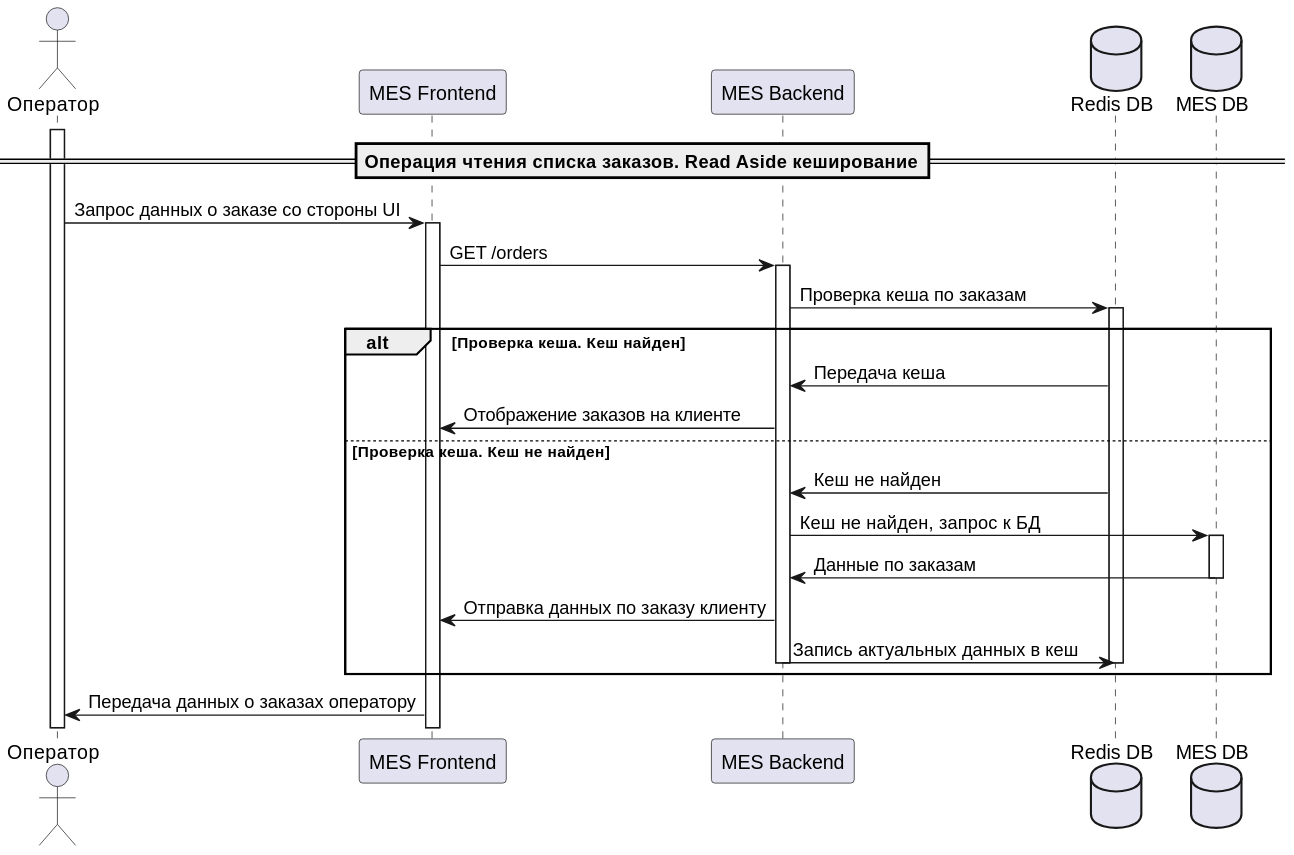
Before: out/5. Caching/Sequence_cache_scheme_get_orders/Sequence_cache_scheme_get_orders.svg, a diagram exported from PlantUML (bofeof/architecture-alexandrite).
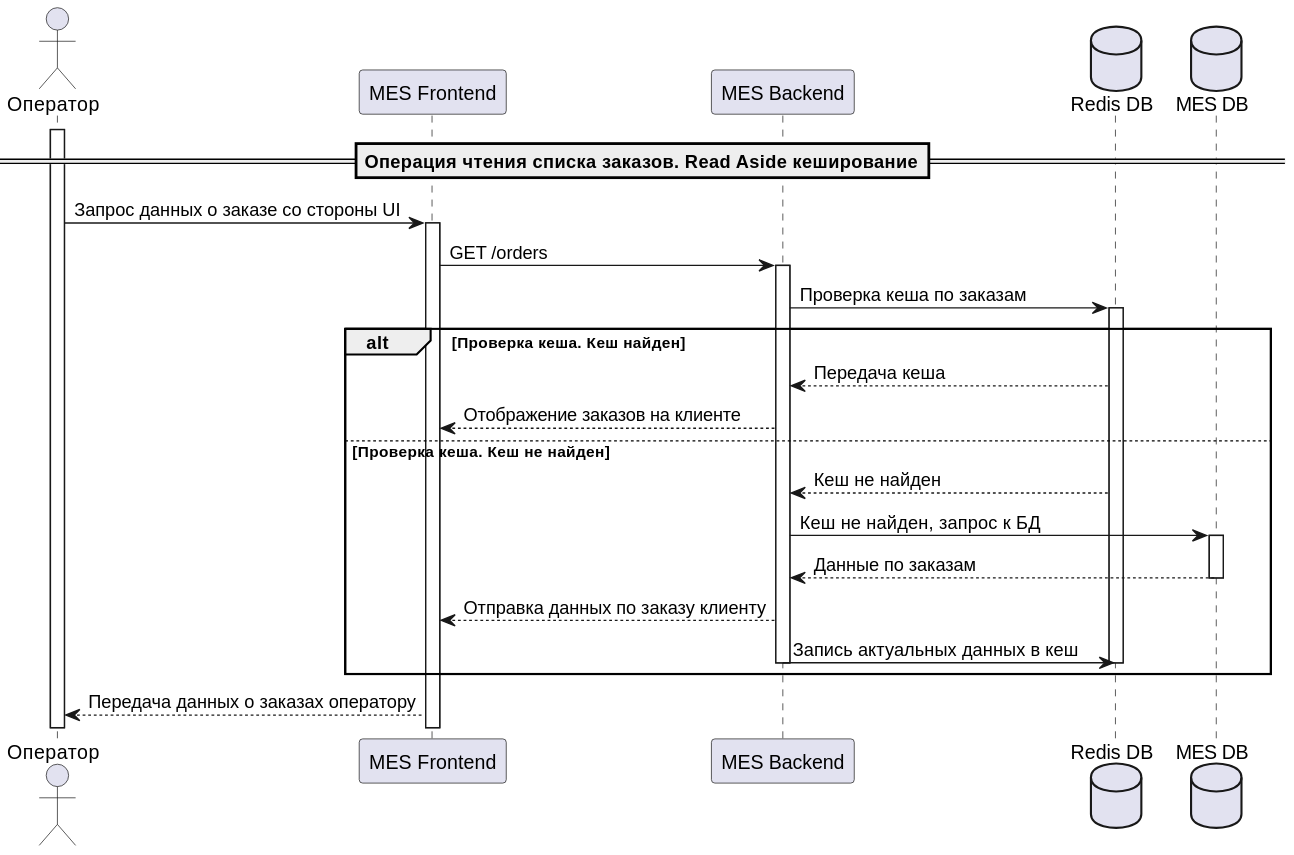
The same file after the commit.

Commit message:
fix: caching puml diagrams

The edit, as a diff of the source:
```diff
@@ -14,16 +14,16 @@
 mes_back -> redis_db++: Проверка кеша по заказам
 
 alt Проверка кеша. Кеш найден
-    redis_db -> mes_back: Передача кеша
-    mes_back -> mes_front: Отображение заказов на клиенте
+    redis_db --> mes_back: Передача кеша
+    mes_back --> mes_front: Отображение заказов на клиенте
 else Проверка кеша. Кеш не найден
-    redis_db -> mes_back: Кеш не найден
+    redis_db --> mes_back: Кеш не найден
     mes_back -> mes_db++: Кеш не найден, запрос к БД
-    mes_db -> mes_back--: Данные по заказам
-    mes_back -> mes_front: Отправка данных по заказу клиенту
+    mes_db --> mes_back--: Данные по заказам
+    mes_back --> mes_front: Отправка данных по заказу клиенту
     mes_back -> redis_db--: Запись актуальных данных в кеш
     redis_db--
 end
 
-mes_front -> operator: Передача данных о заказах оператору
+mes_front --> operator: Передача данных о заказах оператору
 @enduml
```
